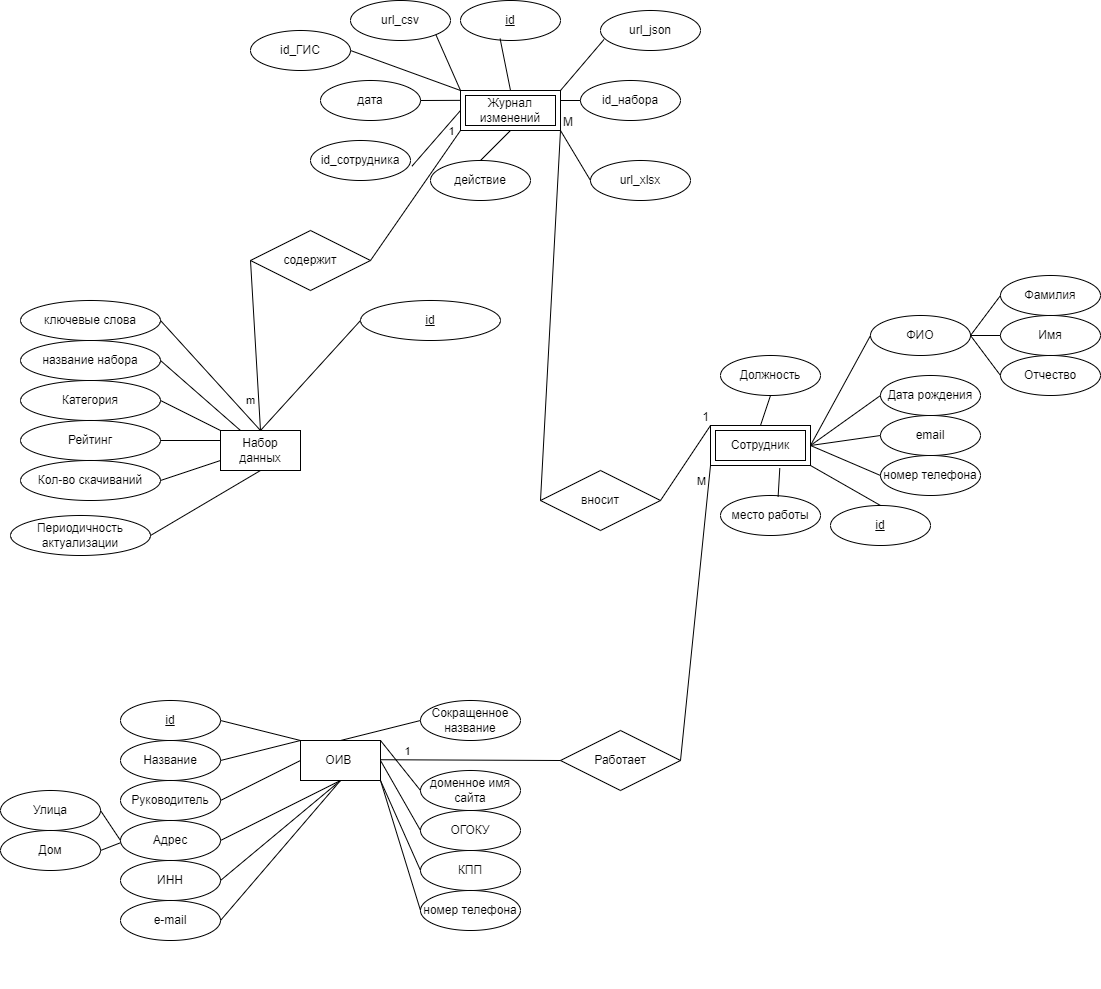
Earlier version of the draw.io export концептуальная модель.png (n0kse/shumskiiIN_kursovaya). Source tidied: cells renumbered, new cells last; positions are measured from the earlier drawing's top-left corner, leaving out a move shared by most shapes.
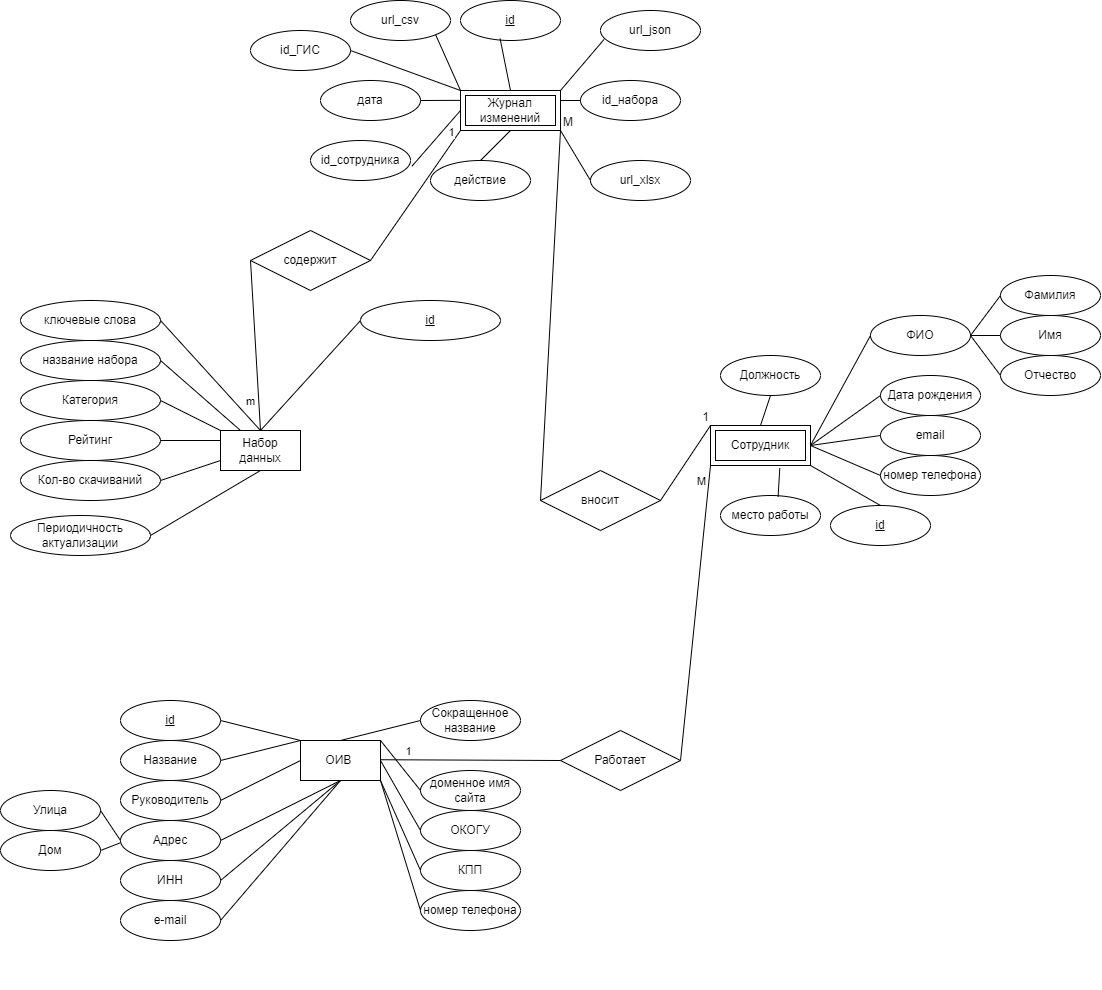
Later version of the same file.

Commit message:
Исправление в таблице authority

The edit, as a diff of the source:
```diff
@@ -130,7 +130,7 @@
     <mxCell id="41" style="endArrow=none;html=1;rounded=0;exitX=0;exitY=0.5;exitDx=0;exitDy=0;entryX=1;entryY=1;entryDx=0;entryDy=0;" parent="1" edge="1" source="37" target="22">
       <mxGeometry relative="1" as="geometry" />
     </mxCell>
-    <mxCell id="42" value="ОГОКУ" style="ellipse;whiteSpace=wrap;html=1;align=center;" parent="1" vertex="1">
+    <mxCell id="42" value="ОКОГУ" style="ellipse;whiteSpace=wrap;html=1;align=center;" parent="1" vertex="1">
       <mxGeometry x="420" y="810" width="100" height="40" as="geometry" />
     </mxCell>
     <mxCell id="43" style="endArrow=none;html=1;rounded=0;exitX=0;exitY=0.5;exitDx=0;exitDy=0;entryX=1;entryY=0.5;entryDx=0;entryDy=0;" parent="1" edge="1" source="42" target="22">
```
